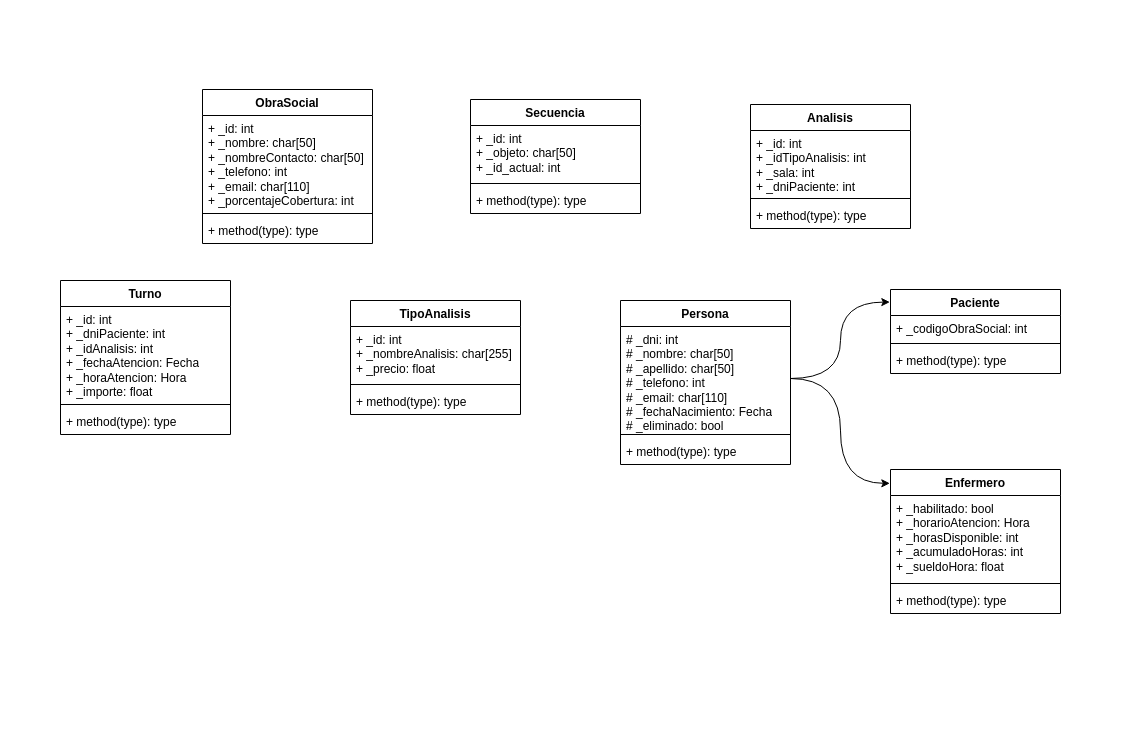
Before: docs/DiagramaDeClases.drawio in ramitules/Grupo01_TPI, a draw.io diagram. Source tidied: cells renumbered, new cells numbered last; positions are measured from the earlier drawing's top-left corner, leaving out a move shared by most shapes. Both pictures are drawn from the tidied source at 100%, with x=0, y=0 at pixel (60, 89).
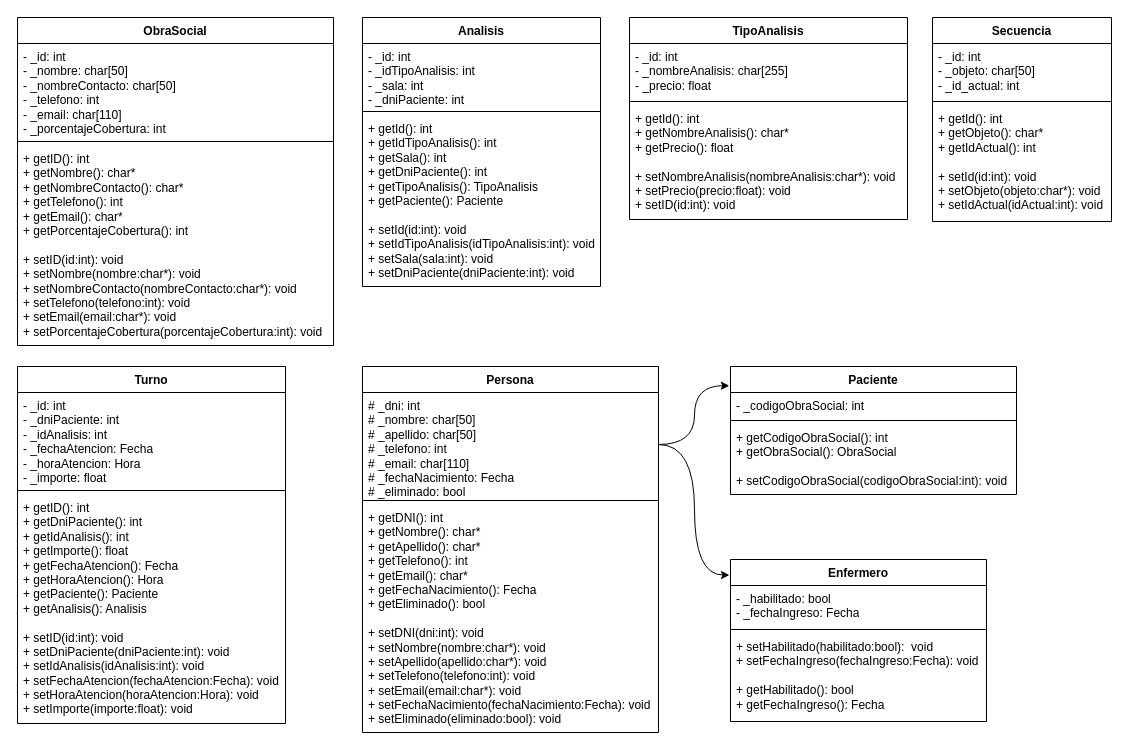
Above is the later version.

Commit message:
Diagrama de clases finalizado

Diff of the diagram source:
```diff
@@
     <mxCell id="2" value="Analisis" style="swimlane;fontStyle=1;align=center;verticalAlign=top;horizontal=1;startSize=26;whiteSpace=wrap;html=1;" parent="1" vertex="1">
-      <mxGeometry x="690" y="15" width="160" height="124" as="geometry" />
+      <mxGeometry x="302" y="-72" width="238" height="269" as="geometry" />
     </mxCell>
-    <mxCell id="3" value="+ _id: int&lt;div&gt;+ _idTipoAnalisis: int&lt;/div&gt;&lt;div&gt;+ _sala: int&lt;/div&gt;&lt;div&gt;+ _dniPaciente: int&lt;/div&gt;" style="text;strokeColor=none;fillColor=none;align=left;verticalAlign=top;spacingLeft=4;spacingRight=4;overflow=hidden;whiteSpace=wrap;html=1;" parent="2" vertex="1">
-      <mxGeometry y="26" width="160" height="64" as="geometry" />
+    <mxCell id="3" value="- _id: int&lt;div&gt;- _idTipoAnalisis: int&lt;/div&gt;&lt;div&gt;- _sala: int&lt;/div&gt;&lt;div&gt;- _dniPaciente: int&lt;/div&gt;" style="text;strokeColor=none;fillColor=none;align=left;verticalAlign=top;spacingLeft=4;spacingRight=4;overflow=hidden;whiteSpace=wrap;html=1;" parent="2" vertex="1">
+      <mxGeometry y="26" width="238" height="64" as="geometry" />
     </mxCell>
     <mxCell id="4" style="line;strokeWidth=1;fillColor=none;align=left;verticalAlign=middle;spacingTop=-1;spacingLeft=3;spacingRight=3;labelPosition=right;strokeColor=inherit;" parent="2" vertex="1">
-      <mxGeometry y="90" width="160" height="8" as="geometry" />
+      <mxGeometry y="90" width="238" height="8" as="geometry" />
     </mxCell>
-    <mxCell id="5" value="+ method(type): type" style="text;strokeColor=none;fillColor=none;align=left;verticalAlign=top;spacingLeft=4;spacingRight=4;overflow=hidden;whiteSpace=wrap;html=1;" parent="2" vertex="1">
-      <mxGeometry y="98" width="160" height="26" as="geometry" />
+    <mxCell id="5" value="+ getId(): int&lt;div&gt;+ getIdTipoAnalisis(): int&lt;/div&gt;&lt;div&gt;+ getSala(): int&lt;/div&gt;&lt;div&gt;+ getDniPaciente(): int&lt;/div&gt;&lt;div&gt;+ getTipoAnalisis(): TipoAnalisis&lt;/div&gt;&lt;div&gt;+ getPaciente(): Paciente&lt;/div&gt;&lt;div&gt;&lt;br&gt;&lt;/div&gt;&lt;div&gt;+ setId(id:int): void&lt;/div&gt;&lt;div&gt;+ setIdTipoAnalisis(idTipoAnalisis:int): void&lt;/div&gt;&lt;div&gt;+ setSala(sala:int): void&lt;/div&gt;&lt;div&gt;+ setDniPaciente(dniPaciente:int): void&lt;/div&gt;" style="text;strokeColor=none;fillColor=none;align=left;verticalAlign=top;spacingLeft=4;spacingRight=4;overflow=hidden;whiteSpace=wrap;html=1;" parent="2" vertex="1">
+      <mxGeometry y="98" width="238" height="171" as="geometry" />
     </mxCell>
     <mxCell id="6" value="TipoAnalisis" style="swimlane;fontStyle=1;align=center;verticalAlign=top;horizontal=1;startSize=26;whiteSpace=wrap;html=1;" parent="1" vertex="1">
-      <mxGeometry x="290" y="211" width="170" height="114" as="geometry" />
+      <mxGeometry x="569" y="-72" width="278" height="202" as="geometry" />
     </mxCell>
-    <mxCell id="7" value="+ _id: int&lt;div&gt;+ _nombreAnalisis: char[255]&lt;/div&gt;&lt;div&gt;+ _precio: float&lt;/div&gt;" style="text;strokeColor=none;fillColor=none;align=left;verticalAlign=top;spacingLeft=4;spacingRight=4;overflow=hidden;whiteSpace=wrap;html=1;" parent="6" vertex="1">
-      <mxGeometry y="26" width="170" height="54" as="geometry" />
+    <mxCell id="7" value="- _id: int&lt;div&gt;- _nombreAnalisis: char[255]&lt;/div&gt;&lt;div&gt;- _precio: float&lt;/div&gt;" style="text;strokeColor=none;fillColor=none;align=left;verticalAlign=top;spacingLeft=4;spacingRight=4;overflow=hidden;whiteSpace=wrap;html=1;" parent="6" vertex="1">
+      <mxGeometry y="26" width="278" height="54" as="geometry" />
     </mxCell>
     <mxCell id="8" style="line;strokeWidth=1;fillColor=none;align=left;verticalAlign=middle;spacingTop=-1;spacingLeft=3;spacingRight=3;labelPosition=right;strokeColor=inherit;" parent="6" vertex="1">
-      <mxGeometry y="80" width="170" height="8" as="geometry" />
+      <mxGeometry y="80" width="278" height="8" as="geometry" />
     </mxCell>
-    <mxCell id="9" value="+ method(type): type" style="text;strokeColor=none;fillColor=none;align=left;verticalAlign=top;spacingLeft=4;spacingRight=4;overflow=hidden;whiteSpace=wrap;html=1;" parent="6" vertex="1">
-      <mxGeometry y="88" width="170" height="26" as="geometry" />
+    <mxCell id="9" value="+ getId(): int&lt;div&gt;+ getNombreAnalisis(): char*&lt;/div&gt;&lt;div&gt;+ getPrecio(): float&lt;/div&gt;&lt;div&gt;&lt;br&gt;&lt;/div&gt;&lt;div&gt;+ setNombreAnalisis(nombreAnalisis:char*): void&lt;/div&gt;&lt;div&gt;+ setPrecio(precio:float): void&lt;/div&gt;&lt;div&gt;+ setID(id:int): void&lt;/div&gt;" style="text;strokeColor=none;fillColor=none;align=left;verticalAlign=top;spacingLeft=4;spacingRight=4;overflow=hidden;whiteSpace=wrap;html=1;" parent="6" vertex="1">
+      <mxGeometry y="88" width="278" height="114" as="geometry" />
     </mxCell>
     <mxCell id="10" value="Secuencia" style="swimlane;fontStyle=1;align=center;verticalAlign=top;horizontal=1;startSize=26;whiteSpace=wrap;html=1;" parent="1" vertex="1">
-      <mxGeometry x="410" y="10" width="170" height="114" as="geometry" />
+      <mxGeometry x="872" y="-72" width="179" height="204" as="geometry" />
     </mxCell>
-    <mxCell id="11" value="+ _id: int&lt;div&gt;+ _objeto: char[50]&lt;/div&gt;&lt;div&gt;+ _id_actual: int&lt;/div&gt;" style="text;strokeColor=none;fillColor=none;align=left;verticalAlign=top;spacingLeft=4;spacingRight=4;overflow=hidden;whiteSpace=wrap;html=1;" parent="10" vertex="1">
-      <mxGeometry y="26" width="170" height="54" as="geometry" />
+    <mxCell id="11" value="- _id: int&lt;div&gt;- _objeto: char[50]&lt;/div&gt;&lt;div&gt;- _id_actual: int&lt;/div&gt;" style="text;strokeColor=none;fillColor=none;align=left;verticalAlign=top;spacingLeft=4;spacingRight=4;overflow=hidden;whiteSpace=wrap;html=1;" parent="10" vertex="1">
+      <mxGeometry y="26" width="179" height="54" as="geometry" />
     </mxCell>
     <mxCell id="12" style="line;strokeWidth=1;fillColor=none;align=left;verticalAlign=middle;spacingTop=-1;spacingLeft=3;spacingRight=3;labelPosition=right;strokeColor=inherit;" parent="10" vertex="1">
-      <mxGeometry y="80" width="170" height="8" as="geometry" />
+      <mxGeometry y="80" width="179" height="8" as="geometry" />
     </mxCell>
-    <mxCell id="13" value="+ method(type): type" style="text;strokeColor=none;fillColor=none;align=left;verticalAlign=top;spacingLeft=4;spacingRight=4;overflow=hidden;whiteSpace=wrap;html=1;" parent="10" vertex="1">
-      <mxGeometry y="88" width="170" height="26" as="geometry" />
+    <mxCell id="13" value="+ getId(): int&lt;div&gt;+ getObjeto(): char*&lt;/div&gt;&lt;div&gt;+ getIdActual(): int&lt;/div&gt;&lt;div&gt;&lt;br&gt;&lt;/div&gt;&lt;div&gt;+ setId(id:int): void&lt;/div&gt;&lt;div&gt;+ setObjeto(objeto:char*): void&lt;/div&gt;&lt;div&gt;+ setIdActual(idActual:int): void&lt;/div&gt;" style="text;strokeColor=none;fillColor=none;align=left;verticalAlign=top;spacingLeft=4;spacingRight=4;overflow=hidden;whiteSpace=wrap;html=1;" parent="10" vertex="1">
+      <mxGeometry y="88" width="179" height="116" as="geometry" />
     </mxCell>
     <mxCell id="14" value="Paciente" style="swimlane;fontStyle=1;align=center;verticalAlign=top;horizontal=1;startSize=26;whiteSpace=wrap;html=1;" parent="1" vertex="1">
-      <mxGeometry x="830" y="200" width="170" height="84" as="geometry" />
+      <mxGeometry x="670" y="277" width="286" height="128" as="geometry" />
     </mxCell>
-    <mxCell id="15" value="+ _codigoObraSocial: int" style="text;strokeColor=none;fillColor=none;align=left;verticalAlign=top;spacingLeft=4;spacingRight=4;overflow=hidden;whiteSpace=wrap;html=1;" parent="14" vertex="1">
-      <mxGeometry y="26" width="170" height="24" as="geometry" />
+    <mxCell id="15" value="- _codigoObraSocial: int" style="text;strokeColor=none;fillColor=none;align=left;verticalAlign=top;spacingLeft=4;spacingRight=4;overflow=hidden;whiteSpace=wrap;html=1;" parent="14" vertex="1">
+      <mxGeometry y="26" width="286" height="24" as="geometry" />
     </mxCell>
     <mxCell id="16" style="line;strokeWidth=1;fillColor=none;align=left;verticalAlign=middle;spacingTop=-1;spacingLeft=3;spacingRight=3;labelPosition=right;strokeColor=inherit;" parent="14" vertex="1">
-      <mxGeometry y="50" width="170" height="8" as="geometry" />
+      <mxGeometry y="50" width="286" height="8" as="geometry" />
     </mxCell>
-    <mxCell id="17" value="+ method(type): type" style="text;strokeColor=none;fillColor=none;align=left;verticalAlign=top;spacingLeft=4;spacingRight=4;overflow=hidden;whiteSpace=wrap;html=1;" parent="14" vertex="1">
-      <mxGeometry y="58" width="170" height="26" as="geometry" />
+    <mxCell id="17" value="+ getCodigoObraSocial(): int&lt;div&gt;+ getObraSocial(): ObraSocial&lt;/div&gt;&lt;div&gt;&lt;br&gt;&lt;/div&gt;&lt;div&gt;+ setCodigoObraSocial(codigoObraSocial:int): void&lt;/div&gt;" style="text;strokeColor=none;fillColor=none;align=left;verticalAlign=top;spacingLeft=4;spacingRight=4;overflow=hidden;whiteSpace=wrap;html=1;" parent="14" vertex="1">
+      <mxGeometry y="58" width="286" height="70" as="geometry" />
     </mxCell>
     <mxCell id="18" value="Turno" style="swimlane;fontStyle=1;align=center;verticalAlign=top;horizontal=1;startSize=26;whiteSpace=wrap;html=1;" parent="1" vertex="1">
-      <mxGeometry y="191" width="170" height="154" as="geometry" />
+      <mxGeometry x="-43" y="277" width="268" height="357" as="geometry" />
     </mxCell>
-    <mxCell id="19" value="+ _id: int&lt;div&gt;+ _dniPaciente: int&lt;/div&gt;&lt;div&gt;&lt;div&gt;+ _idAnalisis: int&lt;/div&gt;&lt;div&gt;&lt;span style=&quot;background-color: transparent; color: light-dark(rgb(0, 0, 0), rgb(255, 255, 255));&quot;&gt;+ _fechaAtencion: Fecha&lt;/span&gt;&lt;/div&gt;&lt;/div&gt;&lt;div&gt;+ _horaAtencion: Hora&lt;/div&gt;&lt;div&gt;+ _importe: float&lt;br&gt;&lt;/div&gt;" style="text;strokeColor=none;fillColor=none;align=left;verticalAlign=top;spacingLeft=4;spacingRight=4;overflow=hidden;whiteSpace=wrap;html=1;" parent="18" vertex="1">
-      <mxGeometry y="26" width="170" height="94" as="geometry" />
+    <mxCell id="19" value="- _id: int&lt;div&gt;- _dniPaciente: int&lt;/div&gt;&lt;div&gt;&lt;div&gt;- _idAnalisis: int&lt;/div&gt;&lt;div&gt;&lt;span style=&quot;background-color: transparent; color: light-dark(rgb(0, 0, 0), rgb(255, 255, 255));&quot;&gt;- _fechaAtencion: Fecha&lt;/span&gt;&lt;/div&gt;&lt;/div&gt;&lt;div&gt;- _horaAtencion: Hora&lt;/div&gt;&lt;div&gt;- _importe: float&lt;br&gt;&lt;/div&gt;" style="text;strokeColor=none;fillColor=none;align=left;verticalAlign=top;spacingLeft=4;spacingRight=4;overflow=hidden;whiteSpace=wrap;html=1;" parent="18" vertex="1">
+      <mxGeometry y="26" width="268" height="94" as="geometry" />
     </mxCell>
     <mxCell id="20" style="line;strokeWidth=1;fillColor=none;align=left;verticalAlign=middle;spacingTop=-1;spacingLeft=3;spacingRight=3;labelPosition=right;strokeColor=inherit;" parent="18" vertex="1">
-      <mxGeometry y="120" width="170" height="8" as="geometry" />
+      <mxGeometry y="120" width="268" height="8" as="geometry" />
     </mxCell>
-    <mxCell id="21" value="+ method(type): type" style="text;strokeColor=none;fillColor=none;align=left;verticalAlign=top;spacingLeft=4;spacingRight=4;overflow=hidden;whiteSpace=wrap;html=1;" parent="18" vertex="1">
-      <mxGeometry y="128" width="170" height="26" as="geometry" />
+    <mxCell id="21" value="+ getID(): int&lt;div&gt;+ getDniPaciente(): int&lt;/div&gt;&lt;div&gt;+ getIdAnalisis(): int&lt;/div&gt;&lt;div&gt;+ getImporte(): float&lt;/div&gt;&lt;div&gt;+ getFechaAtencion(): Fecha&lt;/div&gt;&lt;div&gt;+ getHoraAtencion(): Hora&lt;/div&gt;&lt;div&gt;+ getPaciente(): Paciente&lt;/div&gt;&lt;div&gt;+ getAnalisis(): Analisis&lt;/div&gt;&lt;div&gt;&lt;br&gt;&lt;/div&gt;&lt;div&gt;+ setID(id:int): void&lt;/div&gt;&lt;div&gt;+ setDniPaciente(dniPaciente:int): void&lt;/div&gt;&lt;div&gt;+ setIdAnalisis(idAnalisis:int): void&lt;/div&gt;&lt;div&gt;+ setFechaAtencion(fechaAtencion:Fecha): void&lt;/div&gt;&lt;div&gt;+ setHoraAtencion(horaAtencion:Hora): void&lt;/div&gt;&lt;div&gt;+ setImporte(importe:float): void&lt;/div&gt;" style="text;strokeColor=none;fillColor=none;align=left;verticalAlign=top;spacingLeft=4;spacingRight=4;overflow=hidden;whiteSpace=wrap;html=1;" parent="18" vertex="1">
+      <mxGeometry y="128" width="268" height="229" as="geometry" />
     </mxCell>
     <mxCell id="22" value="ObraSocial" style="swimlane;fontStyle=1;align=center;verticalAlign=top;horizontal=1;startSize=26;whiteSpace=wrap;html=1;" parent="1" vertex="1">
-      <mxGeometry x="142" width="170" height="154" as="geometry" />
+      <mxGeometry x="-43" y="-72" width="316" height="328" as="geometry" />
     </mxCell>
-    <mxCell id="23" value="+ _id: int&lt;div&gt;+ _nombre: char[50]&lt;/div&gt;&lt;div&gt;+ _nombreContacto: char[50]&lt;/div&gt;&lt;div&gt;+ _telefono: int&lt;/div&gt;&lt;div&gt;+ _email: char[110]&lt;/div&gt;&lt;div&gt;+ _porcentajeCobertura: int&lt;/div&gt;" style="text;strokeColor=none;fillColor=none;align=left;verticalAlign=top;spacingLeft=4;spacingRight=4;overflow=hidden;whiteSpace=wrap;html=1;" parent="22" vertex="1">
-      <mxGeometry y="26" width="170" height="94" as="geometry" />
+    <mxCell id="23" value="- _id: int&lt;div&gt;- _nombre: char[50]&lt;/div&gt;&lt;div&gt;- _nombreContacto: char[50]&lt;/div&gt;&lt;div&gt;- _telefono: int&lt;/div&gt;&lt;div&gt;- _email: char[110]&lt;/div&gt;&lt;div&gt;- _porcentajeCobertura: int&lt;/div&gt;" style="text;strokeColor=none;fillColor=none;align=left;verticalAlign=top;spacingLeft=4;spacingRight=4;overflow=hidden;whiteSpace=wrap;html=1;" parent="22" vertex="1">
+      <mxGeometry y="26" width="316" height="94" as="geometry" />
     </mxCell>
     <mxCell id="24" style="line;strokeWidth=1;fillColor=none;align=left;verticalAlign=middle;spacingTop=-1;spacingLeft=3;spacingRight=3;labelPosition=right;strokeColor=inherit;" parent="22" vertex="1">
-      <mxGeometry y="120" width="170" height="8" as="geometry" />
+      <mxGeometry y="120" width="316" height="8" as="geometry" />
     </mxCell>
-    <mxCell id="25" value="+ method(type): type" style="text;strokeColor=none;fillColor=none;align=left;verticalAlign=top;spacingLeft=4;spacingRight=4;overflow=hidden;whiteSpace=wrap;html=1;" parent="22" vertex="1">
-      <mxGeometry y="128" width="170" height="26" as="geometry" />
+    <mxCell id="25" value="&lt;div&gt;&lt;div&gt;+ getID(): int&lt;/div&gt;&lt;div&gt;+ getNombre(): char*&lt;/div&gt;&lt;div&gt;+ getNombreContacto(): char*&lt;/div&gt;&lt;div&gt;+ getTelefono(): int&lt;/div&gt;&lt;div&gt;+ getEmail(): char*&lt;/div&gt;&lt;div&gt;+ getPorcentajeCobertura(): int&lt;/div&gt;&lt;/div&gt;&lt;div&gt;&lt;br&gt;&lt;/div&gt;+ setID(id:int): void&lt;div&gt;+ setNombre(nombre:char*): void&lt;/div&gt;&lt;div&gt;&lt;div&gt;+ setNombreContacto(nombreContacto:char*): void&lt;/div&gt;&lt;/div&gt;&lt;div&gt;&lt;div&gt;+ setTelefono(telefono:int): void&lt;/div&gt;&lt;/div&gt;&lt;div&gt;&lt;div&gt;+ setEmail(email:char*): void&lt;/div&gt;&lt;/div&gt;&lt;div&gt;&lt;div&gt;+ setPorcentajeCobertura(porcentajeCobertura:int): void&lt;/div&gt;&lt;/div&gt;" style="text;strokeColor=none;fillColor=none;align=left;verticalAlign=top;spacingLeft=4;spacingRight=4;overflow=hidden;whiteSpace=wrap;html=1;" parent="22" vertex="1">
+      <mxGeometry y="128" width="316" height="200" as="geometry" />
     </mxCell>
     <mxCell id="26" value="Enfermero" style="swimlane;fontStyle=1;align=center;verticalAlign=top;horizontal=1;startSize=26;whiteSpace=wrap;html=1;" parent="1" vertex="1">
-      <mxGeometry x="830" y="380" width="170" height="144" as="geometry" />
+      <mxGeometry x="670" y="470" width="256" height="162" as="geometry" />
     </mxCell>
-    <mxCell id="27" value="+ _habilitado: bool&lt;div&gt;+ _horarioAtencion: Hora&lt;/div&gt;&lt;div&gt;+ _horasDisponible: int&lt;/div&gt;&lt;div&gt;+ _acumuladoHoras: int&lt;/div&gt;&lt;div&gt;+ _sueldoHora: float&lt;/div&gt;" style="text;strokeColor=none;fillColor=none;align=left;verticalAlign=top;spacingLeft=4;spacingRight=4;overflow=hidden;whiteSpace=wrap;html=1;" parent="26" vertex="1">
-      <mxGeometry y="26" width="170" height="84" as="geometry" />
+    <mxCell id="27" value="- _habilitado: bool&lt;div&gt;- _fechaIngreso: Fecha&lt;br&gt;&lt;/div&gt;" style="text;strokeColor=none;fillColor=none;align=left;verticalAlign=top;spacingLeft=4;spacingRight=4;overflow=hidden;whiteSpace=wrap;html=1;" parent="26" vertex="1">
+      <mxGeometry y="26" width="256" height="40" as="geometry" />
     </mxCell>
     <mxCell id="28" style="line;strokeWidth=1;fillColor=none;align=left;verticalAlign=middle;spacingTop=-1;spacingLeft=3;spacingRight=3;labelPosition=right;strokeColor=inherit;" parent="26" vertex="1">
-      <mxGeometry y="110" width="170" height="8" as="geometry" />
+      <mxGeometry y="66" width="256" height="8" as="geometry" />
     </mxCell>
-    <mxCell id="29" value="+ method(type): type" style="text;strokeColor=none;fillColor=none;align=left;verticalAlign=top;spacingLeft=4;spacingRight=4;overflow=hidden;whiteSpace=wrap;html=1;" parent="26" vertex="1">
-      <mxGeometry y="118" width="170" height="26" as="geometry" />
+    <mxCell id="29" value="+ setHabilitado(habilitado:bool):&amp;nbsp; void&lt;div&gt;+ setFechaIngreso(fechaIngreso:Fecha): void&lt;/div&gt;&lt;div&gt;&lt;br&gt;&lt;/div&gt;&lt;div&gt;+ getHabilitado(): bool&lt;/div&gt;&lt;div&gt;+ getFechaIngreso(): Fecha&lt;/div&gt;" style="text;strokeColor=none;fillColor=none;align=left;verticalAlign=top;spacingLeft=4;spacingRight=4;overflow=hidden;whiteSpace=wrap;html=1;" parent="26" vertex="1">
+      <mxGeometry y="74" width="256" height="88" as="geometry" />
     </mxCell>
     <mxCell id="30" value="Persona" style="swimlane;fontStyle=1;align=center;verticalAlign=top;horizontal=1;startSize=26;whiteSpace=wrap;html=1;" parent="1" vertex="1">
-      <mxGeometry x="560" y="211" width="170" height="164" as="geometry" />
+      <mxGeometry x="302" y="277" width="296" height="366" as="geometry" />
     </mxCell>
     <mxCell id="31" value="# _dni: int&lt;div&gt;# _nombre: char[50]&lt;/div&gt;&lt;div&gt;&lt;div&gt;# _apellido: char[50]&lt;/div&gt;&lt;/div&gt;&lt;div&gt;# _telefono: int&lt;/div&gt;&lt;div&gt;# _email: char[110]&lt;/div&gt;&lt;div&gt;# _fechaNacimiento: Fecha&lt;/div&gt;&lt;div&gt;# _eliminado: bool&lt;/div&gt;" style="text;strokeColor=none;fillColor=none;align=left;verticalAlign=top;spacingLeft=4;spacingRight=4;overflow=hidden;points=[[0,0.5],[1,0.5]];portConstraint=eastwest;whiteSpace=wrap;html=1;" parent="30" vertex="1">
-      <mxGeometry y="26" width="170" height="104" as="geometry" />
+      <mxGeometry y="26" width="296" height="104" as="geometry" />
     </mxCell>
     <mxCell id="32" style="line;strokeWidth=1;fillColor=none;align=left;verticalAlign=middle;spacingTop=-1;spacingLeft=3;spacingRight=3;labelPosition=right;strokeColor=inherit;" parent="30" vertex="1">
-      <mxGeometry y="130" width="170" height="8" as="geometry" />
+      <mxGeometry y="130" width="296" height="8" as="geometry" />
     </mxCell>
-    <mxCell id="33" value="+ method(type): type" style="text;strokeColor=none;fillColor=none;align=left;verticalAlign=top;spacingLeft=4;spacingRight=4;overflow=hidden;whiteSpace=wrap;html=1;" parent="30" vertex="1">
-      <mxGeometry y="138" width="170" height="26" as="geometry" />
+    <mxCell id="33" value="+ getDNI(): int&lt;div&gt;+ getNombre(): char*&lt;/div&gt;&lt;div&gt;+ getApellido(): char*&lt;/div&gt;&lt;div&gt;+ getTelefono(): int&lt;/div&gt;&lt;div&gt;+ getEmail(): char*&lt;/div&gt;&lt;div&gt;+ getFechaNacimiento(): Fecha&lt;/div&gt;&lt;div&gt;+ getEliminado(): bool&lt;/div&gt;&lt;div&gt;&lt;br&gt;&lt;/div&gt;&lt;div&gt;+ setDNI(dni:int): void&lt;/div&gt;&lt;div&gt;+ setNombre(nombre:char*): void&lt;/div&gt;&lt;div&gt;+ setApellido(apellido:char*): void&lt;/div&gt;&lt;div&gt;+ setTelefono(telefono:int): void&lt;/div&gt;&lt;div&gt;+ setEmail(email:char*): void&lt;/div&gt;&lt;div&gt;+ setFechaNacimiento(fechaNacimiento:Fecha): void&lt;/div&gt;&lt;div&gt;+ setEliminado(eliminado:bool): void&lt;br&gt;&lt;/div&gt;" style="text;strokeColor=none;fillColor=none;align=left;verticalAlign=top;spacingLeft=4;spacingRight=4;overflow=hidden;whiteSpace=wrap;html=1;" parent="30" vertex="1">
+      <mxGeometry y="138" width="296" height="228" as="geometry" />
     </mxCell>
```
